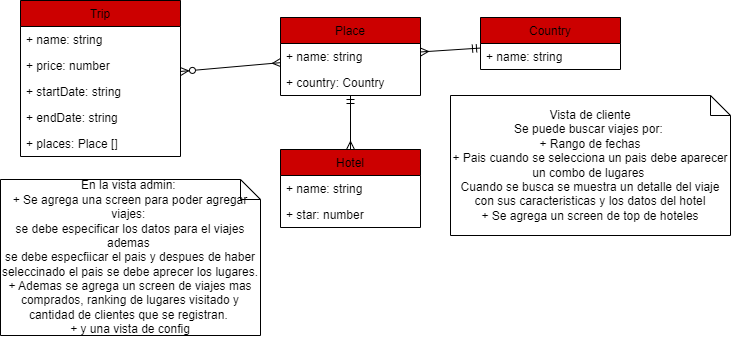
Above: diagram.drawio.png in gastoncba/fast-tour (draw.io), before the change. Source tidied: cells renumbered, new cells last; positions are measured from the earlier drawing's top-left corner, leaving out a move shared by most shapes.
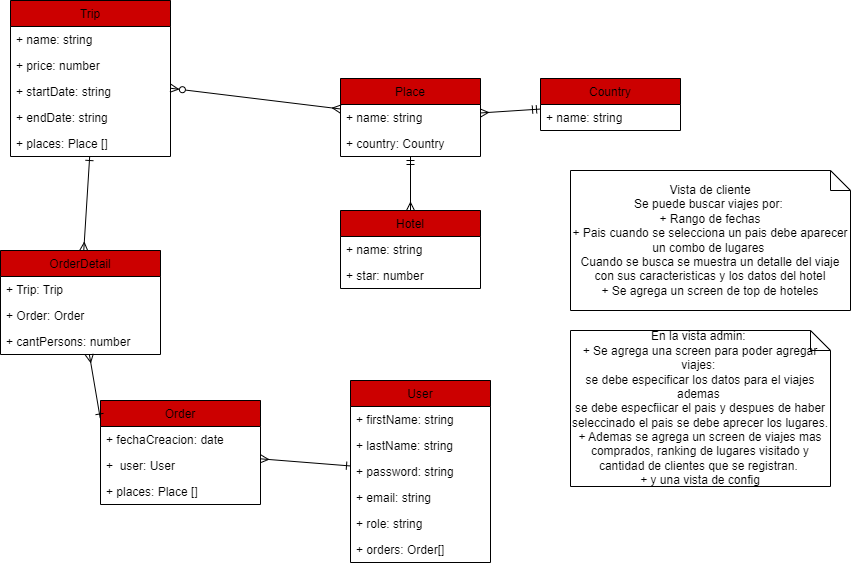
After the commit.

Diff of the diagram source:
```diff
@@ -3,7 +3,7 @@
     <mxCell id="0" />
     <mxCell id="1" parent="0" />
     <mxCell id="2" value="Trip" style="swimlane;fontStyle=0;horizontal=1;startSize=26;fillColor=#CC0000;" parent="1" vertex="1">
-      <mxGeometry x="20" width="160" height="156" as="geometry" />
+      <mxGeometry x="-50" y="-61" width="160" height="156" as="geometry" />
     </mxCell>
     <mxCell id="3" value="+ name: string" style="text;strokeColor=none;fillColor=none;align=left;verticalAlign=top;spacingLeft=4;spacingRight=4;overflow=hidden;" parent="2" vertex="1">
       <mxGeometry y="26" width="160" height="26" as="geometry" />
@@ -54,10 +54,64 @@
       <mxGeometry relative="1" as="geometry" />
     </mxCell>
     <mxCell id="19" value="Vista de cliente&lt;br&gt;Se puede buscar viajes por:&amp;nbsp;&lt;br&gt;+ Rango de fechas&lt;br&gt;+ Pais cuando se selecciona un pais debe aparecer un combo de lugares&amp;nbsp;&lt;br&gt;Cuando se busca se muestra un detalle del viaje con sus caracteristicas y los datos del hotel&lt;br&gt;+ Se agrega un screen de top de hoteles" style="shape=note;size=20;whiteSpace=wrap;html=1;" parent="1" vertex="1">
-      <mxGeometry x="450" y="95" width="280" height="140" as="geometry" />
+      <mxGeometry x="510" y="109" width="280" height="140" as="geometry" />
     </mxCell>
     <mxCell id="20" value="En la vista admin:&amp;nbsp;&lt;br&gt;+ Se agrega una screen para poder agregar viajes:&amp;nbsp;&lt;br&gt;se debe especificar los datos para el viajes ademas&amp;nbsp;&lt;br&gt;se debe especfiicar el pais y despues de haber seleccinado el pais se debe aprecer los lugares.&lt;br&gt;+ Ademas se agrega un screen de viajes mas comprados, ranking de lugares visitado y cantidad de clientes que se registran.&amp;nbsp;&lt;br&gt;+ y una vista de config" style="shape=note;size=20;whiteSpace=wrap;html=1;" parent="1" vertex="1">
-      <mxGeometry y="179" width="260" height="156" as="geometry" />
+      <mxGeometry x="510" y="269" width="260" height="156" as="geometry" />
     </mxCell>
+    <mxCell id="21" style="edgeStyle=none;html=1;startArrow=ERone;startFill=0;endArrow=ERmany;endFill=0;" parent="1" edge="1" source="22" target="29">
+      <mxGeometry relative="1" as="geometry" />
+    </mxCell>
+    <mxCell id="22" value="User" style="swimlane;fontStyle=0;horizontal=1;startSize=26;fillColor=#CC0000;" parent="1" vertex="1">
+      <mxGeometry x="290" y="319" width="140" height="182" as="geometry" />
+    </mxCell>
+    <mxCell id="23" value="+ firstName: string" style="text;strokeColor=none;fillColor=none;align=left;verticalAlign=top;spacingLeft=4;spacingRight=4;overflow=hidden;" parent="22" vertex="1">
+      <mxGeometry y="26" width="140" height="26" as="geometry" />
+    </mxCell>
+    <mxCell id="24" value="+ lastName: string&#10;" style="text;strokeColor=none;fillColor=none;align=left;verticalAlign=top;spacingLeft=4;spacingRight=4;overflow=hidden;" parent="22" vertex="1">
+      <mxGeometry y="52" width="140" height="26" as="geometry" />
+    </mxCell>
+    <mxCell id="25" value="+ password: string&#10;" style="text;strokeColor=none;fillColor=none;align=left;verticalAlign=top;spacingLeft=4;spacingRight=4;overflow=hidden;" parent="22" vertex="1">
+      <mxGeometry y="78" width="140" height="26" as="geometry" />
+    </mxCell>
+    <mxCell id="26" value="+ email: string&#10;" style="text;strokeColor=none;fillColor=none;align=left;verticalAlign=top;spacingLeft=4;spacingRight=4;overflow=hidden;" parent="22" vertex="1">
+      <mxGeometry y="104" width="140" height="26" as="geometry" />
+    </mxCell>
+    <mxCell id="27" value="+ role: string&#10;" style="text;strokeColor=none;fillColor=none;align=left;verticalAlign=top;spacingLeft=4;spacingRight=4;overflow=hidden;" parent="22" vertex="1">
+      <mxGeometry y="130" width="140" height="26" as="geometry" />
+    </mxCell>
+    <mxCell id="28" value="+ orders: Order[]&#10;" style="text;strokeColor=none;fillColor=none;align=left;verticalAlign=top;spacingLeft=4;spacingRight=4;overflow=hidden;" parent="22" vertex="1">
+      <mxGeometry y="156" width="140" height="26" as="geometry" />
+    </mxCell>
+    <mxCell id="29" value="Order" style="swimlane;fontStyle=0;horizontal=1;startSize=26;fillColor=#CC0000;" parent="1" vertex="1">
+      <mxGeometry x="40" y="339" width="160" height="104" as="geometry" />
+    </mxCell>
+    <mxCell id="30" value="+ fechaCreacion: date" style="text;strokeColor=none;fillColor=none;align=left;verticalAlign=top;spacingLeft=4;spacingRight=4;overflow=hidden;" parent="29" vertex="1">
+      <mxGeometry y="26" width="160" height="26" as="geometry" />
+    </mxCell>
+    <mxCell id="31" value="+  user: User" style="text;strokeColor=none;fillColor=none;align=left;verticalAlign=top;spacingLeft=4;spacingRight=4;overflow=hidden;" parent="29" vertex="1">
+      <mxGeometry y="52" width="160" height="26" as="geometry" />
+    </mxCell>
+    <mxCell id="32" value="+ places: Place []" style="text;strokeColor=none;fillColor=none;align=left;verticalAlign=top;spacingLeft=4;spacingRight=4;overflow=hidden;" parent="29" vertex="1">
+      <mxGeometry y="78" width="160" height="26" as="geometry" />
+    </mxCell>
+    <mxCell id="33" style="edgeStyle=none;html=1;startArrow=ERmany;startFill=0;endArrow=ERone;endFill=0;" parent="1" edge="1" source="34" target="7">
+      <mxGeometry relative="1" as="geometry" />
+    </mxCell>
+    <mxCell id="34" value="OrderDetail" style="swimlane;fontStyle=0;horizontal=1;startSize=26;fillColor=#CC0000;" parent="1" vertex="1">
+      <mxGeometry x="-60" y="189" width="160" height="104" as="geometry" />
+    </mxCell>
+    <mxCell id="35" value="+ Trip: Trip &#10;" style="text;strokeColor=none;fillColor=none;align=left;verticalAlign=top;spacingLeft=4;spacingRight=4;overflow=hidden;" parent="34" vertex="1">
+      <mxGeometry y="26" width="160" height="26" as="geometry" />
+    </mxCell>
+    <mxCell id="36" value="+ Order: Order" style="text;strokeColor=none;fillColor=none;align=left;verticalAlign=top;spacingLeft=4;spacingRight=4;overflow=hidden;" parent="34" vertex="1">
+      <mxGeometry y="52" width="160" height="26" as="geometry" />
+    </mxCell>
+    <mxCell id="37" value="+ cantPersons: number" style="text;strokeColor=none;fillColor=none;align=left;verticalAlign=top;spacingLeft=4;spacingRight=4;overflow=hidden;" parent="34" vertex="1">
+      <mxGeometry y="78" width="160" height="26" as="geometry" />
+    </mxCell>
+    <mxCell id="38" style="edgeStyle=none;html=1;startArrow=ERmany;startFill=0;endArrow=ERone;endFill=0;entryX=-0.002;entryY=0.168;entryDx=0;entryDy=0;entryPerimeter=0;" parent="1" edge="1" source="34" target="29">
+      <mxGeometry relative="1" as="geometry" />
+    </mxCell>
   </root>
 </mxGraphModel>
```
